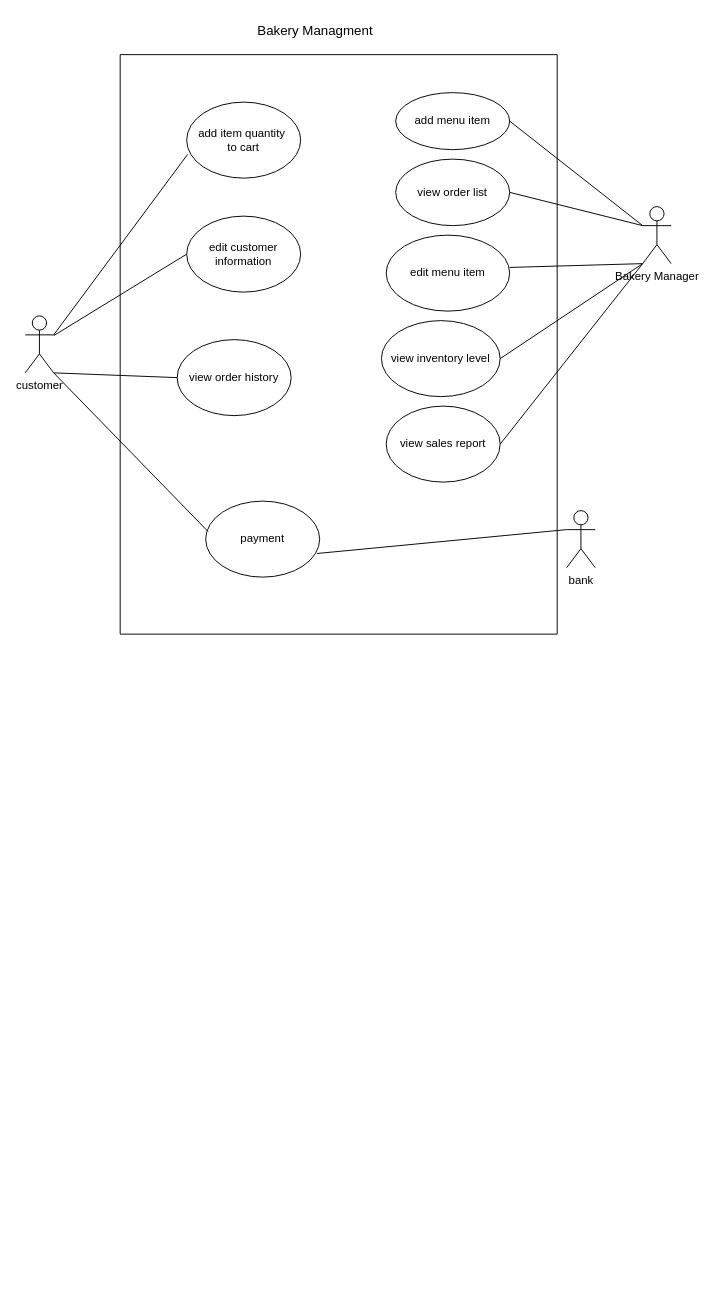
This is 1094n.drawio from enchee123/potential-octo-guacamole, a draw.io file, before an edit. Source tidied: cells renumbered, new cells numbered last; positions are measured from the earlier drawing's top-left corner, leaving out a move shared by most shapes. Both pictures are drawn from the tidied source at 95%, with x=0, y=0 at pixel (25, 16).
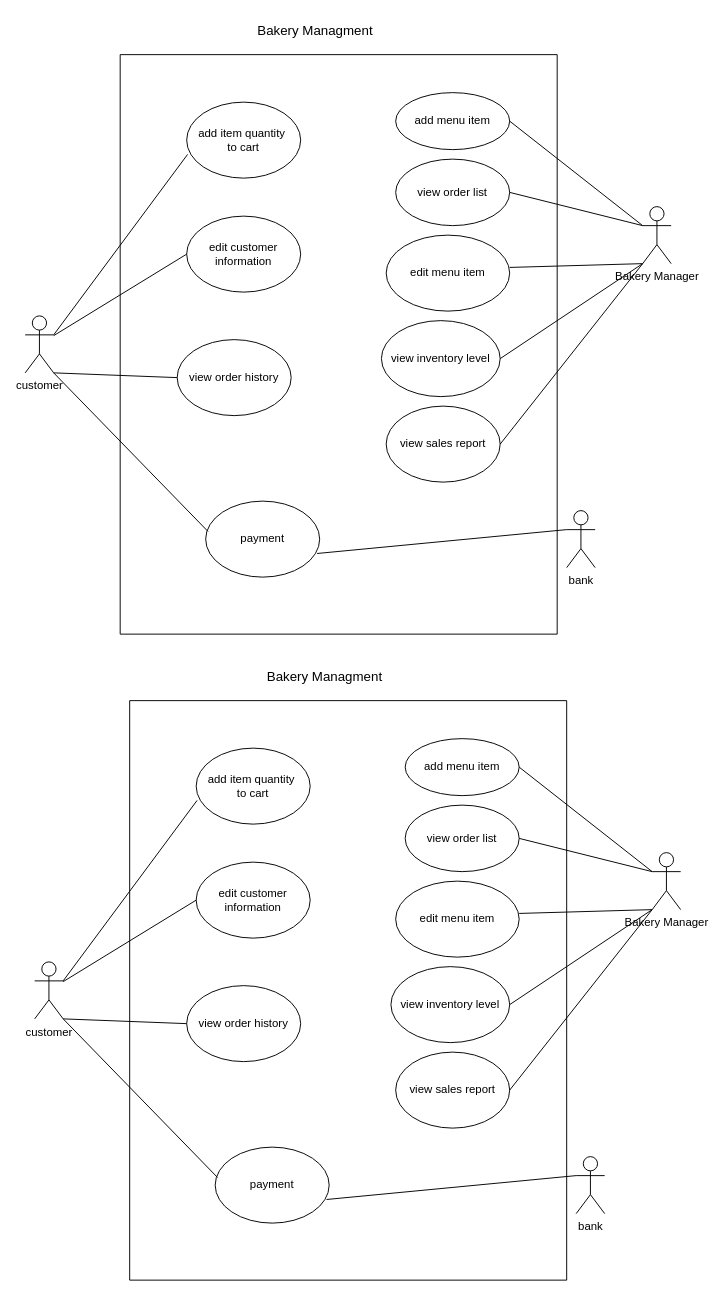
The same page after the edit.

The edit, as a diff of the source:
```diff
@@
+    <mxCell id="26" style="swimlane;startSize=0;" parent="1" vertex="1">
+      <mxGeometry x="110" y="720" width="460" height="610" as="geometry" />
+    </mxCell>
+    <mxCell id="27" value="add menu item" style="ellipse;whiteSpace=wrap;html=1;" parent="26" vertex="1">
+      <mxGeometry x="290" y="40" width="120" height="60" as="geometry" />
+    </mxCell>
+    <mxCell id="28" value="view order list" style="ellipse;whiteSpace=wrap;html=1;" parent="26" vertex="1">
+      <mxGeometry x="290" y="110" width="120" height="70" as="geometry" />
+    </mxCell>
+    <mxCell id="29" value="edit menu item" style="ellipse;whiteSpace=wrap;html=1;" parent="26" vertex="1">
+      <mxGeometry x="280" y="190" width="130" height="80" as="geometry" />
+    </mxCell>
+    <mxCell id="30" value="view inventory level" style="ellipse;whiteSpace=wrap;html=1;" parent="26" vertex="1">
+      <mxGeometry x="275" y="280" width="125" height="80" as="geometry" />
+    </mxCell>
+    <mxCell id="31" value="view sales report" style="ellipse;whiteSpace=wrap;html=1;" parent="26" vertex="1">
+      <mxGeometry x="280" y="370" width="120" height="80" as="geometry" />
+    </mxCell>
+    <mxCell id="32" value="add item quantity&amp;nbsp; &lt;br&gt;to cart" style="ellipse;whiteSpace=wrap;html=1;" parent="26" vertex="1">
+      <mxGeometry x="70" y="50" width="120" height="80" as="geometry" />
+    </mxCell>
+    <mxCell id="33" value="payment" style="ellipse;whiteSpace=wrap;html=1;" parent="26" vertex="1">
+      <mxGeometry x="90" y="470" width="120" height="80" as="geometry" />
+    </mxCell>
+    <mxCell id="34" value="view order history" style="ellipse;whiteSpace=wrap;html=1;" parent="26" vertex="1">
+      <mxGeometry x="60" y="300" width="120" height="80" as="geometry" />
+    </mxCell>
+    <mxCell id="35" value="edit customer information" style="ellipse;whiteSpace=wrap;html=1;" parent="26" vertex="1">
+      <mxGeometry x="70" y="170" width="120" height="80" as="geometry" />
+    </mxCell>
+    <mxCell id="36" value="&lt;font style=&quot;font-size: 14px;&quot;&gt;Bakery Managment&lt;/font&gt;" style="text;html=1;align=center;verticalAlign=middle;strokeColor=none;fillColor=none;" parent="1" vertex="1">
+      <mxGeometry x="245" y="680" width="140" height="30" as="geometry" />
+    </mxCell>
+    <mxCell id="37" value="Bakery Manager" style="shape=umlActor;verticalLabelPosition=bottom;verticalAlign=top;html=1;outlineConnect=0;" parent="1" vertex="1">
+      <mxGeometry x="660" y="880" width="30" height="60" as="geometry" />
+    </mxCell>
+    <mxCell id="38" value="customer" style="shape=umlActor;verticalLabelPosition=bottom;verticalAlign=top;html=1;outlineConnect=0;" parent="1" vertex="1">
+      <mxGeometry x="10" y="995" width="30" height="60" as="geometry" />
+    </mxCell>
+    <mxCell id="39" value="bank" style="shape=umlActor;verticalLabelPosition=bottom;verticalAlign=top;html=1;outlineConnect=0;" parent="1" vertex="1">
+      <mxGeometry x="580" y="1200" width="30" height="60" as="geometry" />
+    </mxCell>
+    <mxCell id="40" style="endArrow=none;html=1;rounded=0;entryX=0.008;entryY=0.688;entryDx=0;entryDy=0;entryPerimeter=0;exitX=1;exitY=0.3333333333333333;exitDx=0;exitDy=0;exitPerimeter=0;" parent="1" edge="1" source="38" target="32">
+      <mxGeometry relative="1" as="geometry" />
+    </mxCell>
+    <mxCell id="41" style="endArrow=none;html=1;rounded=0;entryX=0;entryY=0.5;entryDx=0;entryDy=0;exitX=1;exitY=1;exitDx=0;exitDy=0;exitPerimeter=0;" parent="1" edge="1" source="38" target="34">
+      <mxGeometry relative="1" as="geometry" />
+    </mxCell>
+    <mxCell id="42" style="endArrow=none;html=1;rounded=0;exitX=0;exitY=0.3333333333333333;exitDx=0;exitDy=0;exitPerimeter=0;entryX=1;entryY=0.5;entryDx=0;entryDy=0;" parent="1" edge="1" source="37" target="27">
+      <mxGeometry relative="1" as="geometry" />
+    </mxCell>
+    <mxCell id="43" style="endArrow=none;html=1;rounded=0;entryX=1;entryY=0.5;entryDx=0;entryDy=0;" parent="1" edge="1" target="28">
+      <mxGeometry relative="1" as="geometry">
+        <mxPoint x="660" y="900" as="sourcePoint" />
+      </mxGeometry>
+    </mxCell>
+    <mxCell id="44" style="endArrow=none;html=1;rounded=0;exitX=0;exitY=1;exitDx=0;exitDy=0;exitPerimeter=0;entryX=1;entryY=0.425;entryDx=0;entryDy=0;entryPerimeter=0;" parent="1" edge="1" source="37" target="29">
+      <mxGeometry relative="1" as="geometry" />
+    </mxCell>
+    <mxCell id="45" style="endArrow=none;html=1;rounded=0;exitX=0;exitY=1;exitDx=0;exitDy=0;exitPerimeter=0;entryX=1;entryY=0.5;entryDx=0;entryDy=0;" parent="1" edge="1" source="37" target="30">
+      <mxGeometry relative="1" as="geometry" />
+    </mxCell>
+    <mxCell id="46" style="endArrow=none;html=1;rounded=0;entryX=0;entryY=1;entryDx=0;entryDy=0;entryPerimeter=0;exitX=1;exitY=0.5;exitDx=0;exitDy=0;" parent="1" edge="1" source="31" target="37">
+      <mxGeometry relative="1" as="geometry" />
+    </mxCell>
+    <mxCell id="47" style="endArrow=none;html=1;rounded=0;entryX=0;entryY=0.5;entryDx=0;entryDy=0;" parent="1" edge="1" source="38" target="35">
+      <mxGeometry relative="1" as="geometry" />
+    </mxCell>
+    <mxCell id="48" style="endArrow=none;html=1;rounded=0;entryX=0.021;entryY=0.4;entryDx=0;entryDy=0;entryPerimeter=0;exitX=1;exitY=1;exitDx=0;exitDy=0;exitPerimeter=0;" parent="1" edge="1" source="38" target="33">
+      <mxGeometry relative="1" as="geometry" />
+    </mxCell>
+    <mxCell id="49" style="endArrow=none;html=1;rounded=0;entryX=0;entryY=0.3333333333333333;entryDx=0;entryDy=0;entryPerimeter=0;exitX=0.977;exitY=0.689;exitDx=0;exitDy=0;exitPerimeter=0;" parent="1" edge="1" source="33" target="39">
+      <mxGeometry relative="1" as="geometry" />
+    </mxCell>
```
